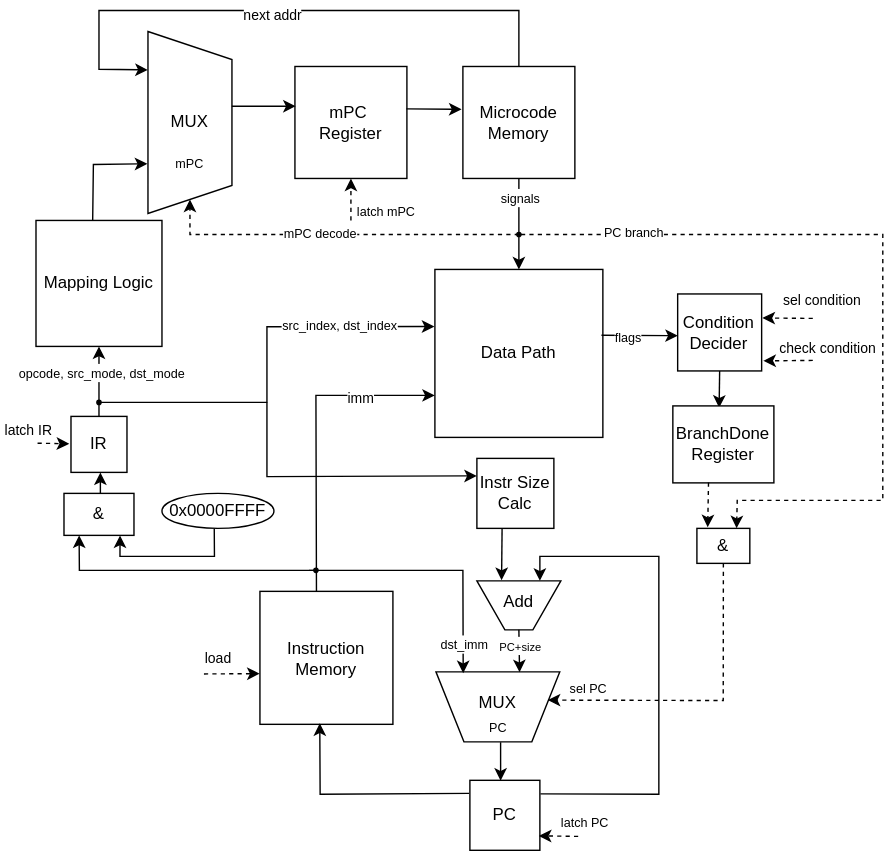
Before: schemes/control_unit.svg, a diagram exported from draw.io (LunarSonic/csa-lab4). Source tidied: cells renumbered, new cells last; positions are measured from the earlier drawing's top-left corner, leaving out a move shared by most shapes.
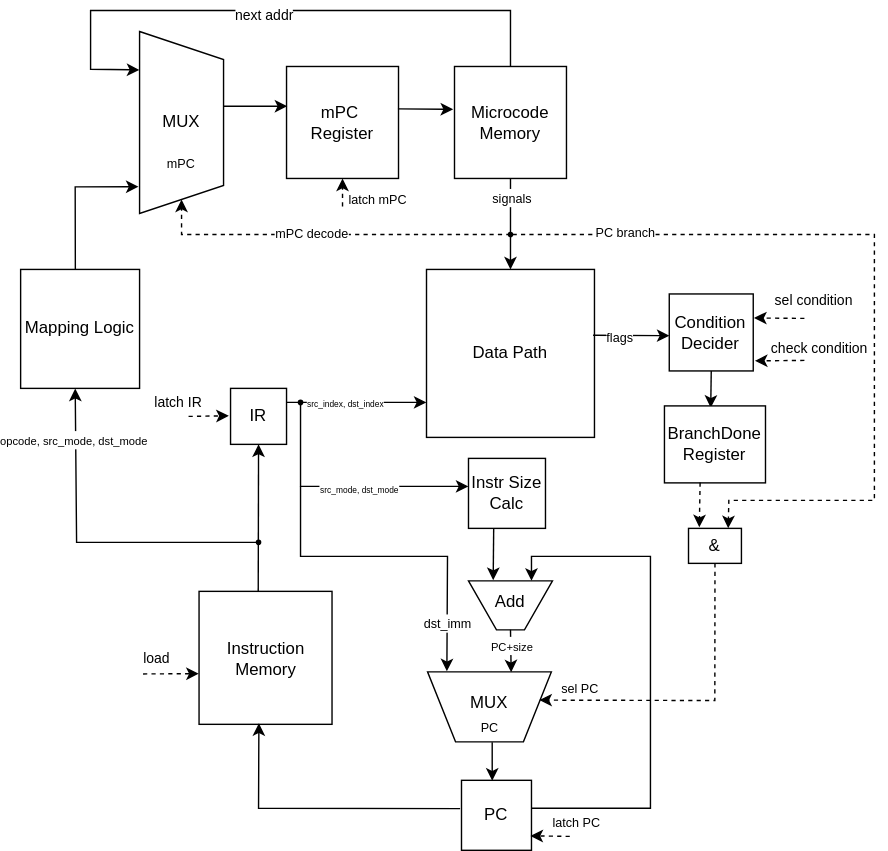
After the change.

What changed in the source:
```diff
@@ -21,7 +21,7 @@
       <mxGeometry relative="1" as="geometry" />
     </mxCell>
     <mxCell id="8" value="latch mPC" style="text;html=1;whiteSpace=wrap;strokeColor=none;fillColor=none;align=center;verticalAlign=middle;rounded=0;fontSize=9;" parent="1" vertex="1">
-      <mxGeometry x="250" y="138.8" width="51" height="11.2" as="geometry" />
+      <mxGeometry x="250" y="130" width="51" height="11.2" as="geometry" />
     </mxCell>
     <mxCell id="9" style="endArrow=classic;html=1;rounded=0;exitX=0.5;exitY=1;exitDx=0;exitDy=0;entryX=0.5;entryY=0;entryDx=0;entryDy=0;" parent="1" edge="1" source="4" target="12">
       <mxGeometry relative="1" as="geometry" />
@@ -44,54 +44,27 @@
       <mxGeometry x="-0.32" relative="1" as="geometry" />
     </mxCell>
     <mxCell id="15" value="Mapping Logic" style="whiteSpace=wrap;html=1;" parent="1" vertex="1">
-      <mxGeometry x="25" y="150" width="90" height="90" as="geometry" />
+      <mxGeometry x="20" y="185" width="85" height="85" as="geometry" />
     </mxCell>
     <mxCell id="16" value="IR" style="whiteSpace=wrap;html=1;" parent="1" vertex="1">
-      <mxGeometry x="50" y="290" width="40" height="40" as="geometry" />
+      <mxGeometry x="170" y="270" width="40" height="40" as="geometry" />
     </mxCell>
     <mxCell id="17" value="Condition&lt;div&gt;Decider&lt;/div&gt;" style="rounded=0;whiteSpace=wrap;html=1;" parent="1" vertex="1">
       <mxGeometry x="483.4" y="202.5" width="60" height="55" as="geometry" />
     </mxCell>
-    <mxCell id="18" style="endArrow=classic;html=1;rounded=0;exitX=0.52;exitY=0;exitDx=0;exitDy=0;exitPerimeter=0;" parent="1" edge="1" source="33">
-      <mxGeometry relative="1" as="geometry">
-        <mxPoint x="71" y="330" as="targetPoint" />
-      </mxGeometry>
+    <mxCell id="18" style="endArrow=classic;html=1;rounded=0;entryX=0.5;entryY=1;entryDx=0;entryDy=0;exitX=0.445;exitY=0.003;exitDx=0;exitDy=0;exitPerimeter=0;" parent="1" edge="1" source="19" target="16">
+      <mxGeometry relative="1" as="geometry" />
     </mxCell>
     <mxCell id="19" value="Instruction&lt;div&gt;Memory&lt;/div&gt;" style="whiteSpace=wrap;html=1;" parent="1" vertex="1">
-      <mxGeometry x="185" y="415" width="95" height="95" as="geometry" />
+      <mxGeometry x="147.5" y="415" width="95" height="95" as="geometry" />
     </mxCell>
-    <mxCell id="20" style="endArrow=classic;html=1;rounded=0;entryX=0.727;entryY=1.007;entryDx=0;entryDy=0;entryPerimeter=0;exitX=0.45;exitY=-0.002;exitDx=0;exitDy=0;exitPerimeter=0;" parent="1" edge="1" source="15" target="3">
-      <mxGeometry relative="1" as="geometry">
-        <Array as="points">
-          <mxPoint x="66" y="110" />
-        </Array>
-      </mxGeometry>
-    </mxCell>
-    <mxCell id="21" style="endArrow=classic;html=1;rounded=0;exitX=0.425;exitY=0.003;exitDx=0;exitDy=0;exitPerimeter=0;entryX=0;entryY=0.75;entryDx=0;entryDy=0;" parent="1" edge="1" source="19" target="12">
-      <mxGeometry relative="1" as="geometry">
-        <Array as="points">
-          <mxPoint x="225" y="275" />
-        </Array>
-      </mxGeometry>
-    </mxCell>
-    <mxCell id="22" value="&lt;font style=&quot;font-size: 10px;&quot;&gt;imm&lt;/font&gt;" style="edgeLabel;html=1;align=center;verticalAlign=middle;" parent="21" vertex="1">
-      <mxGeometry x="0.53" y="-1" relative="1" as="geometry" />
-    </mxCell>
-    <mxCell id="23" style="endArrow=classic;html=1;rounded=0;entryX=0.216;entryY=1;entryDx=0;entryDy=0;startArrow=oval;startFill=1;startSize=3;entryPerimeter=0;" parent="1" edge="1" target="33">
-      <mxGeometry relative="1" as="geometry">
-        <mxPoint x="225" y="400" as="sourcePoint" />
-        <Array as="points">
-          <mxPoint x="56" y="400" />
-        </Array>
-      </mxGeometry>
-    </mxCell>
     <mxCell id="24" style="endArrow=classic;html=1;rounded=0;entryX=-0.002;entryY=0.619;entryDx=0;entryDy=0;entryPerimeter=0;dashed=1;" parent="1" edge="1" target="19">
       <mxGeometry relative="1" as="geometry">
-        <mxPoint x="145" y="474" as="sourcePoint" />
+        <mxPoint x="107.5" y="474" as="sourcePoint" />
       </mxGeometry>
     </mxCell>
     <mxCell id="25" value="load" style="text;html=1;whiteSpace=wrap;strokeColor=none;fillColor=none;align=center;verticalAlign=middle;rounded=0;fontSize=10;" parent="1" vertex="1">
-      <mxGeometry x="137.5" y="451.2" width="35" height="22.5" as="geometry" />
+      <mxGeometry x="100" y="451.2" width="35" height="22.5" as="geometry" />
     </mxCell>
     <mxCell id="26" style="endArrow=classic;html=1;rounded=0;entryX=1.02;entryY=0.869;entryDx=0;entryDy=0;dashed=1;entryPerimeter=0;" parent="1" edge="1" target="17">
       <mxGeometry relative="1" as="geometry">
@@ -111,25 +84,11 @@
       <mxGeometry x="552.2" y="200" width="70" height="15" as="geometry" />
     </mxCell>
     <mxCell id="31" value="latch IR" style="text;html=1;whiteSpace=wrap;strokeColor=none;fillColor=none;align=center;verticalAlign=middle;rounded=0;fontSize=10;" parent="1" vertex="1">
-      <mxGeometry y="290" width="40" height="20" as="geometry" />
+      <mxGeometry x="112.5" y="270" width="40" height="20" as="geometry" />
     </mxCell>
     <mxCell id="32" value="mPC" style="text;html=1;whiteSpace=wrap;strokeColor=none;fillColor=none;align=center;verticalAlign=middle;rounded=0;fontSize=9;" parent="1" vertex="1">
       <mxGeometry x="105" y="95" width="60" height="30" as="geometry" />
     </mxCell>
-    <mxCell id="33" value="&amp;amp;" style="rounded=0;whiteSpace=wrap;html=1;" parent="1" vertex="1">
-      <mxGeometry x="45" y="345" width="50" height="30" as="geometry" />
-    </mxCell>
-    <mxCell id="34" style="endArrow=classic;html=1;rounded=0;entryX=0.801;entryY=1;entryDx=0;entryDy=0;exitX=0.467;exitY=1.013;exitDx=0;exitDy=0;exitPerimeter=0;entryPerimeter=0;" parent="1" edge="1" source="35" target="33">
-      <mxGeometry relative="1" as="geometry">
-        <Array as="points">
-          <mxPoint x="152.5" y="390" />
-          <mxPoint x="85" y="390" />
-        </Array>
-      </mxGeometry>
-    </mxCell>
-    <mxCell id="35" value="0x0000FFFF" style="ellipse;whiteSpace=wrap;html=1;" parent="1" vertex="1">
-      <mxGeometry x="115" y="345" width="80" height="25" as="geometry" />
-    </mxCell>
     <mxCell id="36" style="endArrow=classic;html=1;rounded=0;dashed=1;" parent="1" edge="1" target="3">
       <mxGeometry relative="1" as="geometry">
         <mxPoint x="370" y="160" as="sourcePoint" />
@@ -142,30 +101,11 @@
     <mxCell id="37" value="&lt;font style=&quot;font-size: 9px;&quot;&gt;mPC decode&lt;/font&gt;" style="edgeLabel;html=1;align=center;verticalAlign=middle;" parent="36" vertex="1">
       <mxGeometry x="0.1" y="-2" relative="1" as="geometry" />
     </mxCell>
-    <mxCell id="38" style="endArrow=classic;html=1;rounded=0;entryX=-0.031;entryY=0.489;entryDx=0;entryDy=0;entryPerimeter=0;dashed=1;exitX=0.653;exitY=0.957;exitDx=0;exitDy=0;exitPerimeter=0;" parent="1" edge="1" source="31" target="16">
-      <mxGeometry relative="1" as="geometry" />
+    <mxCell id="38" style="endArrow=classic;html=1;rounded=0;entryX=-0.031;entryY=0.489;entryDx=0;entryDy=0;entryPerimeter=0;dashed=1;" parent="1" edge="1" target="16">
+      <mxGeometry relative="1" as="geometry">
+        <mxPoint x="140" y="290" as="sourcePoint" />
+      </mxGeometry>
     </mxCell>
-    <mxCell id="39" style="endArrow=classic;html=1;rounded=0;entryX=-0.003;entryY=0.34;entryDx=0;entryDy=0;entryPerimeter=0;startArrow=oval;startFill=1;startSize=3;" parent="1" edge="1" target="12">
-      <mxGeometry relative="1" as="geometry">
-        <mxPoint x="70" y="280" as="sourcePoint" />
-        <Array as="points">
-          <mxPoint x="190" y="280" />
-          <mxPoint x="190" y="226" />
-        </Array>
-      </mxGeometry>
-    </mxCell>
-    <mxCell id="40" value="&lt;span style=&quot;font-size: 9px;&quot;&gt;src_index, dst_index&lt;/span&gt;" style="edgeLabel;html=1;align=center;verticalAlign=middle;" parent="39" vertex="1">
-      <mxGeometry x="0.54" y="1" relative="1" as="geometry" />
-    </mxCell>
-    <mxCell id="41" style="endArrow=classic;html=1;rounded=0;" parent="1" edge="1">
-      <mxGeometry relative="1" as="geometry">
-        <mxPoint x="70" y="290" as="sourcePoint" />
-        <mxPoint x="70" y="240" as="targetPoint" />
-      </mxGeometry>
-    </mxCell>
-    <mxCell id="42" value="&lt;font style=&quot;font-size: 9px;&quot;&gt;opcode, src_mode, dst_mode&lt;/font&gt;" style="edgeLabel;html=1;align=center;verticalAlign=middle;" parent="41" vertex="1">
-      <mxGeometry x="0.3" y="-1" relative="1" as="geometry" />
-    </mxCell>
     <mxCell id="43" style="endArrow=classic;html=1;rounded=0;entryX=0.211;entryY=1.002;entryDx=0;entryDy=0;entryPerimeter=0;" parent="1" edge="1" target="3">
       <mxGeometry relative="1" as="geometry">
         <mxPoint x="370" y="40" as="sourcePoint" />
@@ -200,7 +140,7 @@
     </mxCell>
     <mxCell id="49" style="endArrow=classic;html=1;rounded=0;entryX=0.5;entryY=1;entryDx=0;entryDy=0;dashed=1;" parent="1" edge="1" target="2">
       <mxGeometry relative="1" as="geometry">
-        <mxPoint x="250" y="150" as="sourcePoint" />
+        <mxPoint x="250" y="140" as="sourcePoint" />
       </mxGeometry>
     </mxCell>
     <mxCell id="50" style="shape=trapezoid;perimeter=trapezoidPerimeter;whiteSpace=wrap;html=1;fixedSize=1;rotation=-180;" parent="1" vertex="1">
@@ -212,21 +152,14 @@
     <mxCell id="52" value="Instr&amp;nbsp;Size Calc" style="rounded=0;whiteSpace=wrap;html=1;" parent="1" vertex="1">
       <mxGeometry x="340" y="320" width="55" height="50" as="geometry" />
     </mxCell>
-    <mxCell id="53" style="endArrow=classic;html=1;rounded=0;entryX=0;entryY=0.25;entryDx=0;entryDy=0;" parent="1" edge="1" target="52">
-      <mxGeometry relative="1" as="geometry">
-        <mxPoint x="190" y="280" as="sourcePoint" />
-        <Array as="points">
-          <mxPoint x="190" y="333" />
-        </Array>
-      </mxGeometry>
-    </mxCell>
     <mxCell id="54" value="PC" style="rounded=0;whiteSpace=wrap;html=1;" parent="1" vertex="1">
       <mxGeometry x="335" y="550" width="50" height="50" as="geometry" />
     </mxCell>
-    <mxCell id="55" style="endArrow=classic;html=1;rounded=0;entryX=0.75;entryY=0;entryDx=0;entryDy=0;exitX=1.008;exitY=0.194;exitDx=0;exitDy=0;exitPerimeter=0;" parent="1" edge="1" source="54" target="51">
+    <mxCell id="55" style="endArrow=classic;html=1;rounded=0;entryX=0.75;entryY=0;entryDx=0;entryDy=0;" parent="1" edge="1" target="51">
       <mxGeometry relative="1" as="geometry">
+        <mxPoint x="385" y="570" as="sourcePoint" />
         <Array as="points">
-          <mxPoint x="470" y="560" />
+          <mxPoint x="470" y="570" />
           <mxPoint x="470" y="390" />
           <mxPoint x="385" y="390" />
         </Array>
@@ -241,21 +174,10 @@
     <mxCell id="58" value="PC" style="text;html=1;whiteSpace=wrap;strokeColor=none;fillColor=none;align=center;verticalAlign=middle;rounded=0;fontSize=9;" parent="1" vertex="1">
       <mxGeometry x="330.8" y="502.5" width="48.5" height="20" as="geometry" />
     </mxCell>
-    <mxCell id="59" style="endArrow=classic;html=1;rounded=0;entryX=0.78;entryY=0.98;entryDx=0;entryDy=0;entryPerimeter=0;" parent="1" edge="1" target="56">
-      <mxGeometry relative="1" as="geometry">
-        <mxPoint x="220" y="400" as="sourcePoint" />
-        <Array as="points">
-          <mxPoint x="330" y="400" />
-        </Array>
-      </mxGeometry>
-    </mxCell>
-    <mxCell id="60" value="&lt;span style=&quot;font-size: 9px;&quot;&gt;dst_imm&lt;/span&gt;" style="edgeLabel;html=1;align=center;verticalAlign=middle;" parent="59" vertex="1">
-      <mxGeometry x="0.78" relative="1" as="geometry" />
-    </mxCell>
-    <mxCell id="61" style="endArrow=classic;html=1;rounded=0;entryX=0.45;entryY=0.992;entryDx=0;entryDy=0;entryPerimeter=0;exitX=-0.012;exitY=0.186;exitDx=0;exitDy=0;exitPerimeter=0;" parent="1" edge="1" source="54" target="19">
+    <mxCell id="61" style="endArrow=classic;html=1;rounded=0;entryX=0.45;entryY=0.992;entryDx=0;entryDy=0;entryPerimeter=0;exitX=-0.02;exitY=0.404;exitDx=0;exitDy=0;exitPerimeter=0;" parent="1" edge="1" source="54" target="19">
       <mxGeometry relative="1" as="geometry">
         <Array as="points">
-          <mxPoint x="228" y="560" />
+          <mxPoint x="190" y="570" />
         </Array>
       </mxGeometry>
     </mxCell>
@@ -294,5 +216,55 @@
         <mxPoint x="580" y="220" as="sourcePoint" />
       </mxGeometry>
     </mxCell>
+    <mxCell id="71" style="endArrow=classic;html=1;rounded=0;entryX=0.459;entryY=1.002;entryDx=0;entryDy=0;entryPerimeter=0;startArrow=oval;startFill=1;startSize=3;" parent="1" edge="1" target="15">
+      <mxGeometry relative="1" as="geometry">
+        <mxPoint x="190" y="380" as="sourcePoint" />
+        <Array as="points">
+          <mxPoint x="60" y="380" />
+        </Array>
+      </mxGeometry>
+    </mxCell>
+    <mxCell id="42" value="&lt;font style=&quot;font-size: 8px;&quot;&gt;opcode, src_mode, dst_mode&lt;/font&gt;" style="edgeLabel;html=1;align=center;verticalAlign=middle;" parent="71" vertex="1">
+      <mxGeometry x="0.7" y="2" relative="1" as="geometry" />
+    </mxCell>
+    <mxCell id="72" style="endArrow=classic;html=1;rounded=0;exitX=1;exitY=0.25;exitDx=0;exitDy=0;" parent="1" edge="1" source="16">
+      <mxGeometry relative="1" as="geometry">
+        <mxPoint x="310" y="280" as="targetPoint" />
+      </mxGeometry>
+    </mxCell>
+    <mxCell id="40" value="&lt;font style=&quot;font-size: 6px;&quot;&gt;src_index, dst_index&lt;/font&gt;" style="edgeLabel;html=1;align=center;verticalAlign=middle;" parent="72" vertex="1">
+      <mxGeometry x="-0.17" relative="1" as="geometry" />
+    </mxCell>
+    <mxCell id="73" style="endArrow=classic;html=1;rounded=0;startArrow=oval;startFill=1;startSize=3;" parent="1" edge="1">
+      <mxGeometry relative="1" as="geometry">
+        <mxPoint x="220" y="280" as="sourcePoint" />
+        <mxPoint x="340" y="340" as="targetPoint" />
+        <Array as="points">
+          <mxPoint x="220" y="340" />
+        </Array>
+      </mxGeometry>
+    </mxCell>
+    <mxCell id="74" value="&lt;span style=&quot;font-size: 6px;&quot;&gt;src_mode, dst_mode&lt;/span&gt;" style="edgeLabel;html=1;align=center;verticalAlign=middle;" parent="73" vertex="1">
+      <mxGeometry x="0.12" relative="1" as="geometry" />
+    </mxCell>
+    <mxCell id="20" style="endArrow=classic;html=1;rounded=0;entryX=0.853;entryY=1.012;entryDx=0;entryDy=0;entryPerimeter=0;exitX=0.46;exitY=0.003;exitDx=0;exitDy=0;exitPerimeter=0;" parent="1" edge="1" source="15" target="3">
+      <mxGeometry relative="1" as="geometry">
+        <Array as="points">
+          <mxPoint x="59" y="126" />
+        </Array>
+      </mxGeometry>
+    </mxCell>
+    <mxCell id="75" style="endArrow=classic;html=1;rounded=0;entryX=0.844;entryY=1.008;entryDx=0;entryDy=0;entryPerimeter=0;" parent="1" edge="1" target="56">
+      <mxGeometry relative="1" as="geometry">
+        <mxPoint x="220" y="340" as="sourcePoint" />
+        <Array as="points">
+          <mxPoint x="220" y="390" />
+          <mxPoint x="325" y="390" />
+        </Array>
+      </mxGeometry>
+    </mxCell>
+    <mxCell id="60" value="&lt;font style=&quot;font-size: 9px;&quot;&gt;dst_imm&lt;/font&gt;" style="edgeLabel;html=1;align=center;verticalAlign=middle;" parent="75" vertex="1">
+      <mxGeometry x="0.71" relative="1" as="geometry" />
+    </mxCell>
   </root>
 </mxGraphModel>
```
